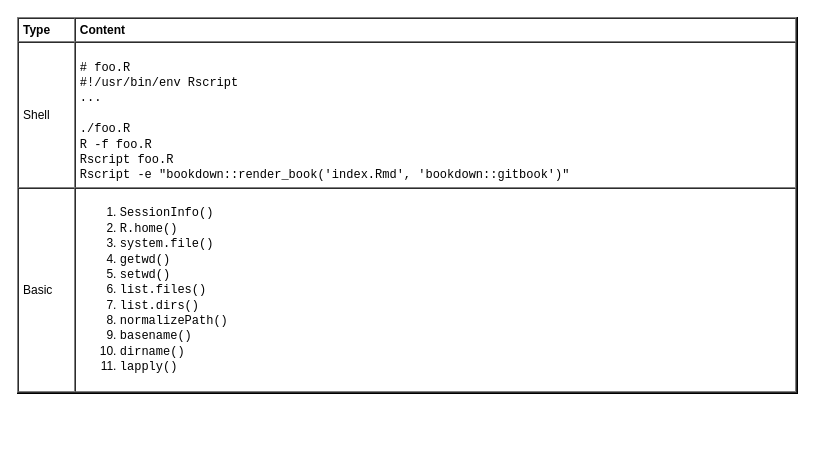
The draw.io diagram page "Syntax" (5 of 6) of languages/R/R.drawio in yangdj/tf_docs, before the edit. Source tidied: cells renumbered, new cells numbered last; positions are measured from the earlier drawing's top-left corner, leaving out a move shared by most shapes. Both pictures are drawn from the tidied source at 100%, with x=0, y=0 at pixel (17, 17).
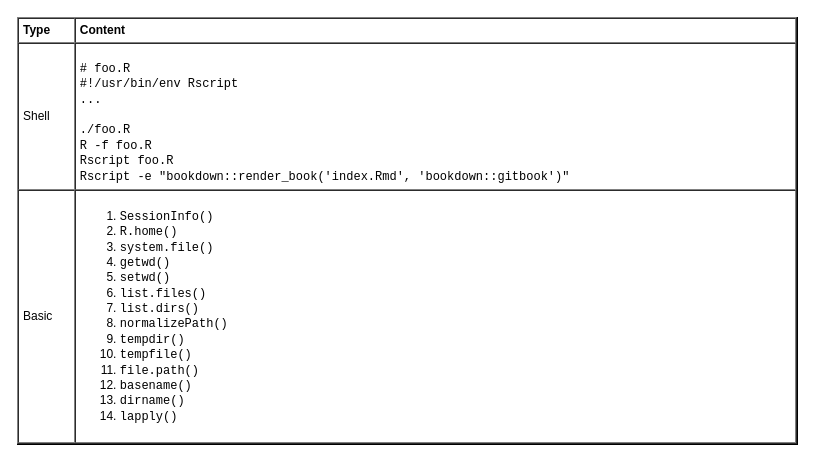
After the change.

The edit, as a diff of the source:
```diff
@@
 <mxGraphModel>
   <root>
     <mxCell id="0" />
     <mxCell id="1" parent="0" />
-    <mxCell id="2" value="&lt;table cellpadding=&quot;4&quot; cellspacing=&quot;0&quot; border=&quot;1&quot; style=&quot;font-size: 1em ; width: 100% ; height: 100%&quot;&gt;&lt;tbody&gt;&lt;tr&gt;&lt;th&gt;Type&lt;/th&gt;&lt;th&gt;Content&lt;/th&gt;&lt;/tr&gt;&lt;tr&gt;&lt;td&gt;Shell&lt;/td&gt;&lt;td&gt;&lt;p&gt;&lt;/p&gt;&lt;font face=&quot;Courier New&quot;&gt;# foo.R&lt;br&gt;#!/usr/bin/env Rscript&lt;br&gt;...&lt;br&gt;&lt;br&gt;./foo.R&lt;br&gt;R -f foo.R&lt;br&gt;Rscript foo.R&lt;br&gt;Rscript -e &quot;bookdown::render_book('index.Rmd', 'bookdown::gitbook')&quot;&lt;br&gt;&lt;/font&gt;&lt;/td&gt;&lt;/tr&gt;&lt;tr&gt;&lt;td&gt;Basic&lt;/td&gt;&lt;td&gt;&lt;ol&gt;&lt;li&gt;&lt;font face=&quot;Courier New&quot;&gt;SessionInfo()&lt;/font&gt;&lt;/li&gt;&lt;li&gt;&lt;font face=&quot;Courier New&quot;&gt;R.home()&lt;/font&gt;&lt;/li&gt;&lt;li&gt;&lt;font face=&quot;Courier New&quot;&gt;system.file()&lt;/font&gt;&lt;/li&gt;&lt;li&gt;&lt;font face=&quot;Courier New&quot;&gt;getwd()&lt;/font&gt;&lt;/li&gt;&lt;li&gt;&lt;font face=&quot;Courier New&quot;&gt;setwd()&lt;/font&gt;&lt;/li&gt;&lt;li&gt;&lt;font face=&quot;Courier New&quot;&gt;list.files()&lt;/font&gt;&lt;/li&gt;&lt;li&gt;&lt;font face=&quot;Courier New&quot;&gt;list.dirs()&lt;/font&gt;&lt;/li&gt;&lt;li&gt;&lt;font face=&quot;Courier New&quot;&gt;normalizePath()&lt;/font&gt;&lt;/li&gt;&lt;li&gt;&lt;font face=&quot;Courier New&quot;&gt;basename()&lt;/font&gt;&lt;/li&gt;&lt;li&gt;&lt;font face=&quot;Courier New&quot;&gt;dirname()&lt;/font&gt;&lt;/li&gt;&lt;li&gt;&lt;font face=&quot;Courier New&quot;&gt;lapply()&lt;/font&gt;&lt;/li&gt;&lt;/ol&gt;&lt;/td&gt;&lt;/tr&gt;&lt;/tbody&gt;&lt;/table&gt; " style="verticalAlign=top;align=left;overflow=fill;fontSize=12;fontFamily=Helvetica;html=1;fillColor=none;" parent="1" vertex="1">
-      <mxGeometry width="780" height="376" as="geometry" />
+    <mxCell id="2" value="&lt;table cellpadding=&quot;4&quot; cellspacing=&quot;0&quot; border=&quot;1&quot; style=&quot;font-size: 1em ; width: 100% ; height: 100%&quot;&gt;&lt;tbody&gt;&lt;tr&gt;&lt;th&gt;Type&lt;/th&gt;&lt;th&gt;Content&lt;/th&gt;&lt;/tr&gt;&lt;tr&gt;&lt;td&gt;Shell&lt;/td&gt;&lt;td&gt;&lt;p&gt;&lt;/p&gt;&lt;font face=&quot;Courier New&quot;&gt;# foo.R&lt;br&gt;#!/usr/bin/env Rscript&lt;br&gt;...&lt;br&gt;&lt;br&gt;./foo.R&lt;br&gt;R -f foo.R&lt;br&gt;Rscript foo.R&lt;br&gt;Rscript -e &quot;bookdown::render_book('index.Rmd', 'bookdown::gitbook')&quot;&lt;br&gt;&lt;/font&gt;&lt;/td&gt;&lt;/tr&gt;&lt;tr&gt;&lt;td&gt;Basic&lt;/td&gt;&lt;td&gt;&lt;ol&gt;&lt;li&gt;&lt;font face=&quot;Courier New&quot;&gt;SessionInfo()&lt;/font&gt;&lt;/li&gt;&lt;li&gt;&lt;font face=&quot;Courier New&quot;&gt;R.home()&lt;/font&gt;&lt;/li&gt;&lt;li&gt;&lt;font face=&quot;Courier New&quot;&gt;system.file()&lt;/font&gt;&lt;/li&gt;&lt;li&gt;&lt;font face=&quot;Courier New&quot;&gt;getwd()&lt;/font&gt;&lt;/li&gt;&lt;li&gt;&lt;font face=&quot;Courier New&quot;&gt;setwd()&lt;/font&gt;&lt;/li&gt;&lt;li&gt;&lt;font face=&quot;Courier New&quot;&gt;list.files()&lt;/font&gt;&lt;/li&gt;&lt;li&gt;&lt;font face=&quot;Courier New&quot;&gt;list.dirs()&lt;/font&gt;&lt;/li&gt;&lt;li&gt;&lt;font face=&quot;Courier New&quot;&gt;normalizePath()&lt;/font&gt;&lt;/li&gt;&lt;li&gt;&lt;font face=&quot;Courier New&quot;&gt;tempdir()&lt;/font&gt;&lt;/li&gt;&lt;li&gt;&lt;font face=&quot;Courier New&quot;&gt;tempfile()&lt;/font&gt;&lt;/li&gt;&lt;li&gt;&lt;font face=&quot;Courier New&quot;&gt;file.path()&lt;/font&gt;&lt;/li&gt;&lt;li&gt;&lt;font face=&quot;Courier New&quot;&gt;basename()&lt;/font&gt;&lt;/li&gt;&lt;li&gt;&lt;font face=&quot;Courier New&quot;&gt;dirname()&lt;/font&gt;&lt;/li&gt;&lt;li&gt;&lt;font face=&quot;Courier New&quot;&gt;lapply()&lt;/font&gt;&lt;/li&gt;&lt;/ol&gt;&lt;/td&gt;&lt;/tr&gt;&lt;/tbody&gt;&lt;/table&gt; " style="verticalAlign=top;align=left;overflow=fill;fontSize=12;fontFamily=Helvetica;html=1;fillColor=none;" parent="1" vertex="1">
+      <mxGeometry width="780" height="427" as="geometry" />
     </mxCell>
   </root>
 </mxGraphModel>
```
